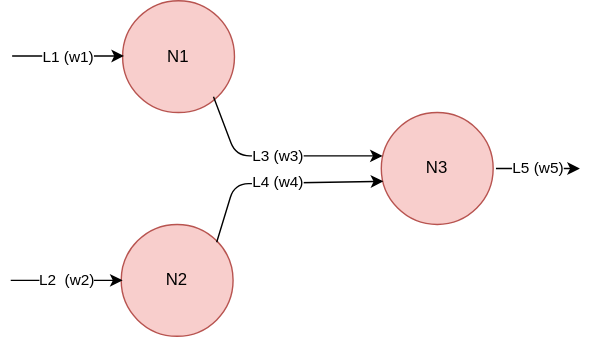
The draw.io diagram images/ann.svg in abhijitdhar16/ann, before a commit. Source tidied: cells renumbered, new cells last; positions are measured from the earlier drawing's top-left corner, leaving out a move shared by most shapes. Source of this version:
```xml
<mxGraphModel>
  <root>
    <mxCell id="0" />
    <mxCell id="1" parent="0" />
    <mxCell id="2" value="N1" style="ellipse;whiteSpace=wrap;html=1;fillColor=#f8cecc;strokeColor=#b85450;" parent="1" vertex="1">
      <mxGeometry x="80" width="80" height="80" as="geometry" />
    </mxCell>
    <mxCell id="3" value="N2" style="ellipse;whiteSpace=wrap;html=1;fillColor=#f8cecc;strokeColor=#b85450;" parent="1" vertex="1">
      <mxGeometry x="79" y="160" width="80" height="80" as="geometry" />
    </mxCell>
    <mxCell id="4" value="N3" style="ellipse;whiteSpace=wrap;html=1;fillColor=#f8cecc;strokeColor=#b85450;" parent="1" vertex="1">
      <mxGeometry x="265" y="80" width="80" height="80" as="geometry" />
    </mxCell>
    <mxCell id="5" value="L4 (w4)" style="endArrow=classic;html=1;entryX=0.018;entryY=0.602;entryDx=0;entryDy=0;entryPerimeter=0;exitX=1;exitY=0;exitDx=0;exitDy=0;" parent="1" edge="1">
      <mxGeometry relative="1" as="geometry">
        <mxPoint x="147.3" y="172.7" as="sourcePoint" />
        <mxPoint x="266.4" y="129.2" as="targetPoint" />
        <Array as="points">
          <mxPoint x="160" y="131" />
        </Array>
      </mxGeometry>
    </mxCell>
    <mxCell id="6" value="L3 (w3)" style="endArrow=classic;html=1;exitX=0.8;exitY=0.972;exitDx=0;exitDy=0;entryX=0;entryY=0.5;entryDx=0;entryDy=0;exitPerimeter=0;" parent="1" edge="1">
      <mxGeometry relative="1" as="geometry">
        <mxPoint x="145" y="68.8" as="sourcePoint" />
        <mxPoint x="266" y="111" as="targetPoint" />
        <Array as="points">
          <mxPoint x="161" y="111" />
          <mxPoint x="211" y="111" />
        </Array>
      </mxGeometry>
    </mxCell>
    <mxCell id="7" value="L5 (w5)" style="endArrow=classic;html=1;" parent="1" edge="1">
      <mxGeometry relative="1" as="geometry">
        <mxPoint x="347" y="120" as="sourcePoint" />
        <mxPoint x="407" y="120" as="targetPoint" />
      </mxGeometry>
    </mxCell>
    <mxCell id="8" value="L2&amp;nbsp; (w2)" style="endArrow=classic;html=1;" parent="1" edge="1">
      <mxGeometry relative="1" as="geometry">
        <mxPoint y="200" as="sourcePoint" />
        <mxPoint x="80" y="200" as="targetPoint" />
      </mxGeometry>
    </mxCell>
    <mxCell id="9" value="L1 (w1)" style="endArrow=classic;html=1;" parent="1" edge="1">
      <mxGeometry relative="1" as="geometry">
        <mxPoint x="1" y="39.5" as="sourcePoint" />
        <mxPoint x="81" y="39.5" as="targetPoint" />
      </mxGeometry>
    </mxCell>
  </root>
</mxGraphModel>
```
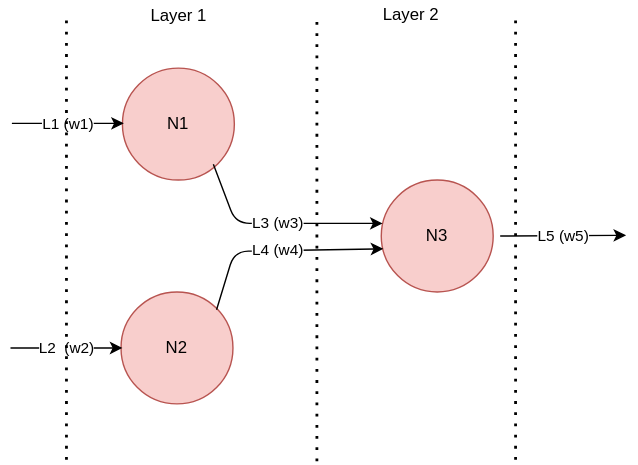
The same file after the commit.

Commit message:
adding layer in the diagram ann.svg

Diff of the diagram source:
```diff
@@ -32,8 +32,8 @@
     </mxCell>
     <mxCell id="7" value="L5 (w5)" style="endArrow=classic;html=1;" parent="1" edge="1">
       <mxGeometry relative="1" as="geometry">
-        <mxPoint x="347" y="120" as="sourcePoint" />
-        <mxPoint x="407" y="120" as="targetPoint" />
+        <mxPoint x="350" y="120" as="sourcePoint" />
+        <mxPoint x="440" y="119.5" as="targetPoint" />
       </mxGeometry>
     </mxCell>
     <mxCell id="8" value="L2&amp;nbsp; (w2)" style="endArrow=classic;html=1;" parent="1" edge="1">
@@ -48,5 +48,29 @@
         <mxPoint x="81" y="39.5" as="targetPoint" />
       </mxGeometry>
     </mxCell>
+    <mxCell id="10" style="endArrow=none;dashed=1;html=1;dashPattern=1 3;strokeWidth=2;" parent="1" edge="1">
+      <mxGeometry relative="1" as="geometry">
+        <mxPoint x="40" y="280" as="sourcePoint" />
+        <mxPoint x="40" y="-40" as="targetPoint" />
+      </mxGeometry>
+    </mxCell>
+    <mxCell id="11" style="endArrow=none;dashed=1;html=1;dashPattern=1 3;strokeWidth=2;" parent="1" edge="1">
+      <mxGeometry relative="1" as="geometry">
+        <mxPoint x="219" y="281" as="sourcePoint" />
+        <mxPoint x="219" y="-39" as="targetPoint" />
+      </mxGeometry>
+    </mxCell>
+    <mxCell id="12" style="endArrow=none;dashed=1;html=1;dashPattern=1 3;strokeWidth=2;" parent="1" edge="1">
+      <mxGeometry relative="1" as="geometry">
+        <mxPoint x="361" y="280" as="sourcePoint" />
+        <mxPoint x="361" y="-40" as="targetPoint" />
+      </mxGeometry>
+    </mxCell>
+    <mxCell id="13" value="Layer 1" style="text;html=1;align=center;verticalAlign=middle;strokeColor=none;" parent="1" vertex="1">
+      <mxGeometry x="90" y="-47" width="60" height="20" as="geometry" />
+    </mxCell>
+    <mxCell id="14" value="Layer 2" style="text;html=1;align=center;verticalAlign=middle;strokeColor=none;" parent="1" vertex="1">
+      <mxGeometry x="256" y="-48" width="60" height="20" as="geometry" />
+    </mxCell>
   </root>
 </mxGraphModel>
```
